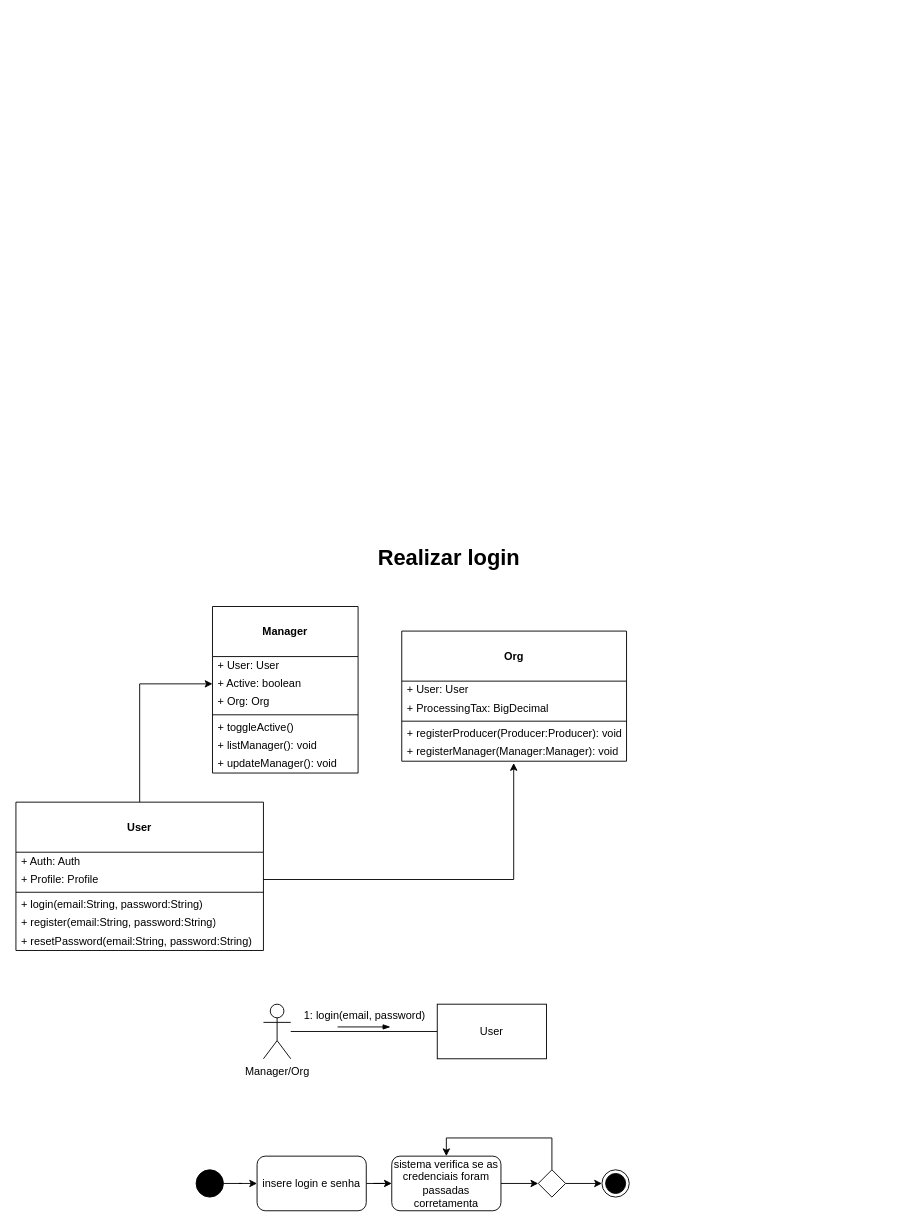
karolineSaraiva/Atividade-POO keeps this draw.io diagram as login.drawio. Above is the earlier version. Source tidied: cells renumbered, new cells numbered last; positions are measured from the earlier drawing's top-left corner, leaving out a move shared by most shapes. Both pictures are drawn from the tidied source at 91%, with x=0, y=0 at pixel (15, 539).
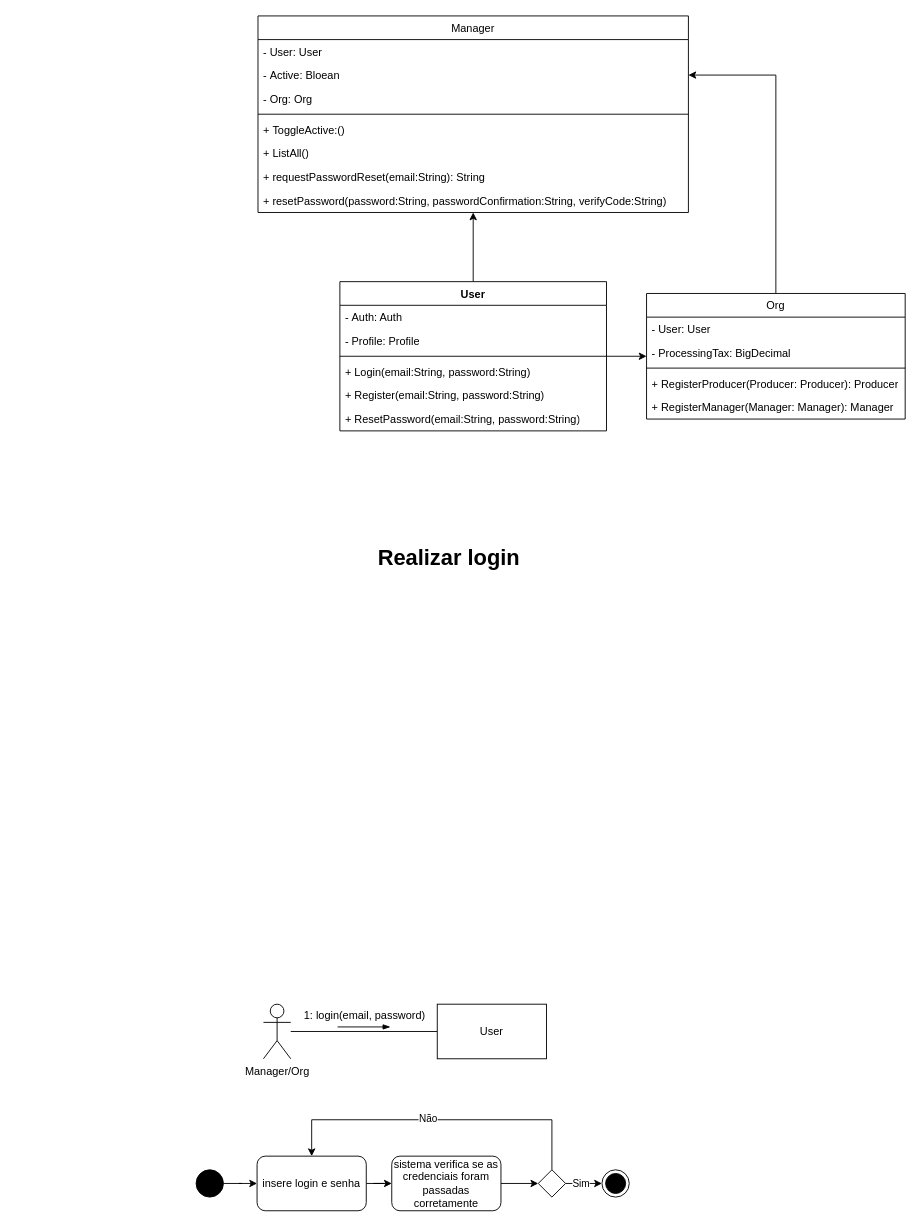
The same page after the edit.

The change refers to these unchanged cells:
```xml
<mxCell id="12" value="insere login e senha" style="rounded=1;whiteSpace=wrap;html=1;" parent="1" vertex="1">
  <mxGeometry x="265" y="678" width="120" height="60" as="geometry" />
</mxCell>
<mxCell id="15" style="edgeStyle=orthogonalEdgeStyle;rounded=0;jettySize=auto;html=1;exitX=1;exitY=0.5;exitDx=0;exitDy=0;entryX=0;entryY=0.5;entryDx=0;entryDy=0;" parent="1" edge="1" source="17" target="10">
  <mxGeometry relative="1" as="geometry" />
</mxCell>
<mxCell id="17" style="rhombus;" parent="1" vertex="1">
  <mxGeometry x="574" y="693" width="30" height="30" as="geometry" />
</mxCell>
```

The edit, as a diff of the source:
```diff
@@
-    <mxCell id="14" value="sistema verifica se as credenciais foram passadas corretamenta" style="rounded=1;whiteSpace=wrap;html=1;" parent="1" vertex="1">
+    <mxCell id="14" value="sistema verifica se as credenciais foram passadas corretamente" style="rounded=1;whiteSpace=wrap;html=1;" parent="1" vertex="1">
       <mxGeometry x="413" y="678" width="120" height="60" as="geometry" />
     </mxCell>
@@
-    <mxCell id="16" style="edgeStyle=orthogonalEdgeStyle;rounded=0;jettySize=auto;html=1;entryX=0.5;entryY=0;entryDx=0;entryDy=0;" parent="1" edge="1" source="17" target="14">
-      <mxGeometry relative="1" as="geometry">
-        <Array as="points">
-          <mxPoint x="589" y="658" />
-          <mxPoint x="473" y="658" />
-        </Array>
-      </mxGeometry>
-    </mxCell>
+    <mxCell id="41" value="Sim" style="edgeLabel;html=1;align=center;verticalAlign=middle;" parent="15" vertex="1">
+      <mxGeometry x="-0.21" y="1" relative="1" as="geometry" />
+    </mxCell>
+    <mxCell id="42" style="edgeStyle=orthogonalEdgeStyle;rounded=0;jettySize=auto;html=1;exitX=0.5;exitY=0;exitDx=0;exitDy=0;entryX=0.5;entryY=0;entryDx=0;entryDy=0;" parent="1" edge="1" source="17" target="12">
+      <mxGeometry relative="1" as="geometry">
+        <Array as="points">
+          <mxPoint x="589" y="638" />
+          <mxPoint x="325" y="638" />
+        </Array>
+      </mxGeometry>
+    </mxCell>
+    <mxCell id="43" value="Não" style="edgeLabel;html=1;align=center;verticalAlign=middle;" parent="42" vertex="1">
+      <mxGeometry x="0.07" y="-2" relative="1" as="geometry" />
+    </mxCell>
@@
-    <mxCell id="18" style="edgeStyle=orthogonalEdgeStyle;rounded=0;jettySize=auto;html=1;entryX=0;entryY=0.5;entryDx=0;entryDy=0;" parent="1" edge="1" source="19" target="28">
-      <mxGeometry relative="1" as="geometry" />
-    </mxCell>
+    <mxCell id="44" style="edgeStyle=orthogonalEdgeStyle;rounded=0;jettySize=auto;html=1;entryX=1;entryY=0.5;entryDx=0;entryDy=0;" parent="1" edge="1" source="34" target="59">
+      <mxGeometry relative="1" as="geometry" />
+    </mxCell>
+    <mxCell id="34" value="Org" style="swimlane;fontStyle=0;align=center;verticalAlign=top;horizontal=1;startSize=26;rounded=0;shadow=0;strokeWidth=1;" parent="1" vertex="1">
+      <mxGeometry x="693" y="-270" width="284.2" height="138" as="geometry" />
+    </mxCell>
+    <mxCell id="45" value="&lt;span style=&quot;background-color: rgb(255, 255, 255);&quot;&gt;- User: User&lt;/span&gt;" style="text;strokeColor=none;fillColor=none;align=left;verticalAlign=top;spacingLeft=4;spacingRight=4;overflow=hidden;whiteSpace=wrap;html=1;" parent="34" vertex="1">
+      <mxGeometry y="26" width="284.2" height="26" as="geometry" />
+    </mxCell>
+    <mxCell id="46" value="-&amp;nbsp;ProcessingTax: BigDecimal" style="text;strokeColor=none;fillColor=none;align=left;verticalAlign=top;spacingLeft=4;spacingRight=4;overflow=hidden;whiteSpace=wrap;html=1;" parent="34" vertex="1">
+      <mxGeometry y="52" width="284.2" height="26" as="geometry" />
+    </mxCell>
+    <mxCell id="47" style="line;strokeWidth=1;fillColor=none;align=left;verticalAlign=middle;spacingTop=-1;spacingLeft=3;spacingRight=3;labelPosition=right;strokeColor=inherit;" parent="34" vertex="1">
+      <mxGeometry y="78" width="284.2" height="8" as="geometry" />
+    </mxCell>
+    <mxCell id="48" value="+ RegisterProducer(Producer: Producer): Producer" style="text;strokeColor=none;fillColor=none;align=left;verticalAlign=top;spacingLeft=4;spacingRight=4;overflow=hidden;whiteSpace=wrap;html=1;" parent="34" vertex="1">
+      <mxGeometry y="86" width="284.2" height="26" as="geometry" />
+    </mxCell>
+    <mxCell id="49" value="+ Register&lt;span style=&quot;text-align: center; text-wrap: nowrap;&quot;&gt;Manager(&lt;/span&gt;&lt;span style=&quot;text-align: center; text-wrap: nowrap;&quot;&gt;Manager:&amp;nbsp;&lt;/span&gt;&lt;span style=&quot;text-align: center; text-wrap: nowrap;&quot;&gt;Manager)&lt;/span&gt;&lt;span style=&quot;text-wrap: nowrap; text-align: center;&quot;&gt;:&amp;nbsp;&lt;/span&gt;&lt;span style=&quot;text-wrap: nowrap; text-align: center;&quot;&gt;Manager&lt;/span&gt;" style="text;strokeColor=none;fillColor=none;align=left;verticalAlign=top;spacingLeft=4;spacingRight=4;overflow=hidden;whiteSpace=wrap;html=1;" parent="34" vertex="1">
+      <mxGeometry y="112" width="284.2" height="26" as="geometry" />
+    </mxCell>
+    <mxCell id="50" style="edgeStyle=orthogonalEdgeStyle;rounded=0;jettySize=auto;html=1;" parent="1" edge="1" source="19" target="34">
+      <mxGeometry relative="1" as="geometry" />
+    </mxCell>
+    <mxCell id="51" style="edgeStyle=orthogonalEdgeStyle;rounded=0;jettySize=auto;html=1;" parent="1" edge="1" source="19" target="26">
+      <mxGeometry relative="1" as="geometry" />
+    </mxCell>
-    <mxCell id="19" value="&lt;br&gt;&lt;b&gt;User&lt;/b&gt;" style="swimlane;fontStyle=0;align=center;verticalAlign=top;horizontal=1;startSize=55;html=1;whiteSpace=wrap;" parent="1" vertex="1">
-      <mxGeometry y="289" width="272" height="163" as="geometry" />
+    <mxCell id="19" value="User" style="swimlane;fontStyle=1;align=center;verticalAlign=top;horizontal=1;startSize=26;whiteSpace=wrap;html=1;labelBackgroundColor=none;" parent="1" vertex="1">
+      <mxGeometry x="356" y="-283" width="293" height="164" as="geometry" />
     </mxCell>
-    <mxCell id="20" value="+ Auth: Auth" style="text;html=1;strokeColor=none;fillColor=none;align=left;verticalAlign=middle;spacingLeft=4;spacingRight=4;overflow=hidden;whiteSpace=wrap;" parent="19" vertex="1">
-      <mxGeometry y="55" width="272" height="20" as="geometry" />
-    </mxCell>
-    <mxCell id="21" value="+ Profile: Profile" style="text;html=1;strokeColor=none;fillColor=none;align=left;verticalAlign=middle;spacingLeft=4;spacingRight=4;overflow=hidden;points=[[0,0.5],[1,0.5]];portConstraint=eastwest;whiteSpace=wrap;" parent="19" vertex="1">
-      <mxGeometry y="75" width="272" height="20" as="geometry" />
-    </mxCell>
-    <mxCell id="22" style="line;strokeWidth=1;fillColor=none;align=left;verticalAlign=middle;spacingTop=-1;spacingLeft=3;spacingRight=3;labelPosition=right;" parent="19" vertex="1">
-      <mxGeometry y="95" width="272" height="8" as="geometry" />
-    </mxCell>
-    <mxCell id="23" value="+ login(email:String, password:String)" style="text;html=1;strokeColor=none;fillColor=none;align=left;verticalAlign=middle;spacingLeft=4;spacingRight=4;overflow=hidden;whiteSpace=wrap;" parent="19" vertex="1">
-      <mxGeometry y="103" width="272" height="20" as="geometry" />
-    </mxCell>
-    <mxCell id="24" value="+ register(email:String, password:String)" style="text;html=1;strokeColor=none;fillColor=none;align=left;verticalAlign=middle;spacingLeft=4;spacingRight=4;overflow=hidden;whiteSpace=wrap;" parent="19" vertex="1">
-      <mxGeometry y="123" width="272" height="20" as="geometry" />
-    </mxCell>
-    <mxCell id="25" value="+ resetPassword(email:String, password:String)" style="text;html=1;strokeColor=none;fillColor=none;align=left;verticalAlign=middle;spacingLeft=4;spacingRight=4;overflow=hidden;whiteSpace=wrap;" parent="19" vertex="1">
-      <mxGeometry y="143" width="272" height="20" as="geometry" />
-    </mxCell>
+    <mxCell id="52" value="-&amp;nbsp;Auth: Auth" style="text;strokeColor=none;fillColor=none;align=left;verticalAlign=top;spacingLeft=4;spacingRight=4;overflow=hidden;whiteSpace=wrap;html=1;labelBackgroundColor=none;" parent="19" vertex="1">
+      <mxGeometry y="26" width="293" height="26" as="geometry" />
+    </mxCell>
+    <mxCell id="53" value="-&amp;nbsp;Profile: Profile" style="text;strokeColor=none;fillColor=none;align=left;verticalAlign=top;spacingLeft=4;spacingRight=4;overflow=hidden;whiteSpace=wrap;html=1;labelBackgroundColor=none;" parent="19" vertex="1">
+      <mxGeometry y="52" width="293" height="26" as="geometry" />
+    </mxCell>
+    <mxCell id="54" style="line;strokeWidth=1;fillColor=none;align=left;verticalAlign=middle;spacingTop=-1;spacingLeft=3;spacingRight=3;labelPosition=right;strokeColor=inherit;" parent="19" vertex="1">
+      <mxGeometry y="78" width="293" height="8" as="geometry" />
+    </mxCell>
+    <mxCell id="55" value="+ Login(email:String, password:String)" style="text;strokeColor=none;fillColor=none;align=left;verticalAlign=top;spacingLeft=4;spacingRight=4;overflow=hidden;whiteSpace=wrap;html=1;" parent="19" vertex="1">
+      <mxGeometry y="86" width="293" height="26" as="geometry" />
+    </mxCell>
+    <mxCell id="56" value="+ Register(email:String, password:String)" style="text;strokeColor=none;fillColor=none;align=left;verticalAlign=top;spacingLeft=4;spacingRight=4;overflow=hidden;whiteSpace=wrap;html=1;" parent="19" vertex="1">
+      <mxGeometry y="112" width="293" height="26" as="geometry" />
+    </mxCell>
+    <mxCell id="57" value="+&amp;nbsp;ResetPassword(email:String, password:String)" style="text;strokeColor=none;fillColor=none;align=left;verticalAlign=top;spacingLeft=4;spacingRight=4;overflow=hidden;whiteSpace=wrap;html=1;" parent="19" vertex="1">
+      <mxGeometry y="138" width="293" height="26" as="geometry" />
+    </mxCell>
-    <mxCell id="26" value="&lt;br&gt;&lt;b&gt;Manager&lt;/b&gt;" style="swimlane;fontStyle=0;align=center;verticalAlign=top;horizontal=1;startSize=55;html=1;whiteSpace=wrap;" parent="1" vertex="1">
-      <mxGeometry x="216" y="74" width="160" height="183" as="geometry" />
+    <mxCell id="26" value="Manager" style="swimlane;fontStyle=0;align=center;verticalAlign=top;horizontal=1;startSize=26;rounded=0;shadow=0;strokeWidth=1;" parent="1" vertex="1">
+      <mxGeometry x="266" y="-575" width="473" height="216" as="geometry" />
     </mxCell>
-    <mxCell id="27" value="+ User: User" style="text;html=1;strokeColor=none;fillColor=none;align=left;verticalAlign=middle;spacingLeft=4;spacingRight=4;overflow=hidden;whiteSpace=wrap;" parent="26" vertex="1">
-      <mxGeometry y="55" width="160" height="20" as="geometry" />
-    </mxCell>
-    <mxCell id="28" value="+ Active: boolean" style="text;html=1;strokeColor=none;fillColor=none;align=left;verticalAlign=middle;spacingLeft=4;spacingRight=4;overflow=hidden;points=[[0,0.5],[1,0.5]];portConstraint=eastwest;whiteSpace=wrap;" parent="26" vertex="1">
-      <mxGeometry y="75" width="160" height="20" as="geometry" />
-    </mxCell>
-    <mxCell id="29" value="+ Org: Org" style="text;html=1;strokeColor=none;fillColor=none;align=left;verticalAlign=middle;spacingLeft=4;spacingRight=4;overflow=hidden;whiteSpace=wrap;" parent="26" vertex="1">
-      <mxGeometry y="95" width="160" height="20" as="geometry" />
-    </mxCell>
-    <mxCell id="30" style="line;strokeWidth=1;fillColor=none;align=left;verticalAlign=middle;spacingTop=-1;spacingLeft=3;spacingRight=3;labelPosition=right;" parent="26" vertex="1">
-      <mxGeometry y="115" width="160" height="8" as="geometry" />
-    </mxCell>
-    <mxCell id="31" value="+ toggleActive()" style="text;html=1;strokeColor=none;fillColor=none;align=left;verticalAlign=middle;spacingLeft=4;spacingRight=4;overflow=hidden;whiteSpace=wrap;" parent="26" vertex="1">
-      <mxGeometry y="123" width="160" height="20" as="geometry" />
-    </mxCell>
-    <mxCell id="32" value="+ listManager(): void" style="text;html=1;strokeColor=none;fillColor=none;align=left;verticalAlign=middle;spacingLeft=4;spacingRight=4;overflow=hidden;whiteSpace=wrap;" parent="26" vertex="1">
-      <mxGeometry y="143" width="160" height="20" as="geometry" />
-    </mxCell>
-    <mxCell id="33" value="+ updateManager(): void" style="text;html=1;strokeColor=none;fillColor=none;align=left;verticalAlign=middle;spacingLeft=4;spacingRight=4;overflow=hidden;whiteSpace=wrap;" parent="26" vertex="1">
-      <mxGeometry y="163" width="160" height="20" as="geometry" />
-    </mxCell>
-    <mxCell id="34" value="&lt;br&gt;&lt;b&gt;Org&lt;/b&gt;" style="swimlane;fontStyle=0;align=center;verticalAlign=top;horizontal=1;startSize=55;html=1;whiteSpace=wrap;" parent="1" vertex="1">
-      <mxGeometry x="424" y="101" width="247" height="143" as="geometry" />
-    </mxCell>
-    <mxCell id="35" value="+ User: User" style="text;html=1;strokeColor=none;fillColor=none;align=left;verticalAlign=middle;spacingLeft=4;spacingRight=4;overflow=hidden;whiteSpace=wrap;" parent="34" vertex="1">
-      <mxGeometry y="55" width="247" height="20" as="geometry" />
-    </mxCell>
-    <mxCell id="36" value="+ ProcessingTax: BigDecimal" style="text;html=1;strokeColor=none;fillColor=none;align=left;verticalAlign=middle;spacingLeft=4;spacingRight=4;overflow=hidden;whiteSpace=wrap;" parent="34" vertex="1">
-      <mxGeometry y="75" width="247" height="20" as="geometry" />
-    </mxCell>
-    <mxCell id="37" style="line;strokeWidth=1;fillColor=none;align=left;verticalAlign=middle;spacingTop=-1;spacingLeft=3;spacingRight=3;labelPosition=right;" parent="34" vertex="1">
-      <mxGeometry y="95" width="247" height="8" as="geometry" />
-    </mxCell>
-    <mxCell id="38" value="+ registerProducer(Producer:Producer): void" style="text;html=1;strokeColor=none;fillColor=none;align=left;verticalAlign=middle;spacingLeft=4;spacingRight=4;overflow=hidden;whiteSpace=wrap;" parent="34" vertex="1">
-      <mxGeometry y="103" width="247" height="20" as="geometry" />
-    </mxCell>
-    <mxCell id="39" value="+ registerManager(Manager:Manager): void" style="text;html=1;strokeColor=none;fillColor=none;align=left;verticalAlign=middle;spacingLeft=4;spacingRight=4;overflow=hidden;whiteSpace=wrap;" parent="34" vertex="1">
-      <mxGeometry y="123" width="247" height="20" as="geometry" />
-    </mxCell>
-    <mxCell id="40" style="edgeStyle=orthogonalEdgeStyle;rounded=0;jettySize=auto;html=1;" parent="1" edge="1" source="21">
-      <mxGeometry relative="1" as="geometry">
-        <mxPoint x="547" y="246" as="targetPoint" />
-        <Array as="points">
-          <mxPoint x="547" y="374" />
-        </Array>
-      </mxGeometry>
-    </mxCell>
+    <mxCell id="58" value="-&lt;span style=&quot;background-color: rgb(255, 255, 255);&quot;&gt;&amp;nbsp;User: User&lt;/span&gt;" style="text;strokeColor=none;fillColor=none;align=left;verticalAlign=top;spacingLeft=4;spacingRight=4;overflow=hidden;whiteSpace=wrap;html=1;" parent="26" vertex="1">
+      <mxGeometry y="26" width="473" height="26" as="geometry" />
+    </mxCell>
+    <mxCell id="59" value="-&amp;nbsp;A&lt;span style=&quot;text-align: center; text-wrap: nowrap;&quot;&gt;ctive&lt;/span&gt;:&amp;nbsp;&lt;span style=&quot;text-align: center; text-wrap: nowrap;&quot;&gt;Bloean&lt;/span&gt;" style="text;strokeColor=none;fillColor=none;align=left;verticalAlign=top;spacingLeft=4;spacingRight=4;overflow=hidden;points=[[0,0.5],[1,0.5]];portConstraint=eastwest;whiteSpace=wrap;html=1;" parent="26" vertex="1">
+      <mxGeometry y="52" width="473" height="26" as="geometry" />
+    </mxCell>
+    <mxCell id="60" value="-&amp;nbsp;Org: Org" style="text;strokeColor=none;fillColor=none;align=left;verticalAlign=top;spacingLeft=4;spacingRight=4;overflow=hidden;whiteSpace=wrap;html=1;" parent="26" vertex="1">
+      <mxGeometry y="78" width="473" height="26" as="geometry" />
+    </mxCell>
+    <mxCell id="61" style="line;strokeWidth=1;fillColor=none;align=left;verticalAlign=middle;spacingTop=-1;spacingLeft=3;spacingRight=3;labelPosition=right;strokeColor=inherit;" parent="26" vertex="1">
+      <mxGeometry y="104" width="473" height="8" as="geometry" />
+    </mxCell>
+    <mxCell id="62" value="+&amp;nbsp;ToggleActive:()" style="text;strokeColor=none;fillColor=none;align=left;verticalAlign=top;spacingLeft=4;spacingRight=4;overflow=hidden;whiteSpace=wrap;html=1;" parent="26" vertex="1">
+      <mxGeometry y="112" width="473" height="26" as="geometry" />
+    </mxCell>
+    <mxCell id="63" value="+ ListAll()" style="text;strokeColor=none;fillColor=none;align=left;verticalAlign=top;spacingLeft=4;spacingRight=4;overflow=hidden;whiteSpace=wrap;html=1;" parent="26" vertex="1">
+      <mxGeometry y="138" width="473" height="26" as="geometry" />
+    </mxCell>
+    <mxCell id="64" value="+ requestPasswordReset(email:String): String" style="text;strokeColor=none;fillColor=none;align=left;verticalAlign=top;spacingLeft=4;spacingRight=4;overflow=hidden;whiteSpace=wrap;html=1;" parent="26" vertex="1">
+      <mxGeometry y="164" width="473" height="26" as="geometry" />
+    </mxCell>
+    <mxCell id="65" value="+ resetPassword(password:String, passwordConfirmation:String, verifyCode:String)" style="text;strokeColor=none;fillColor=none;align=left;verticalAlign=top;spacingLeft=4;spacingRight=4;overflow=hidden;whiteSpace=wrap;html=1;" parent="26" vertex="1">
+      <mxGeometry y="190" width="473" height="26" as="geometry" />
+    </mxCell>
```
